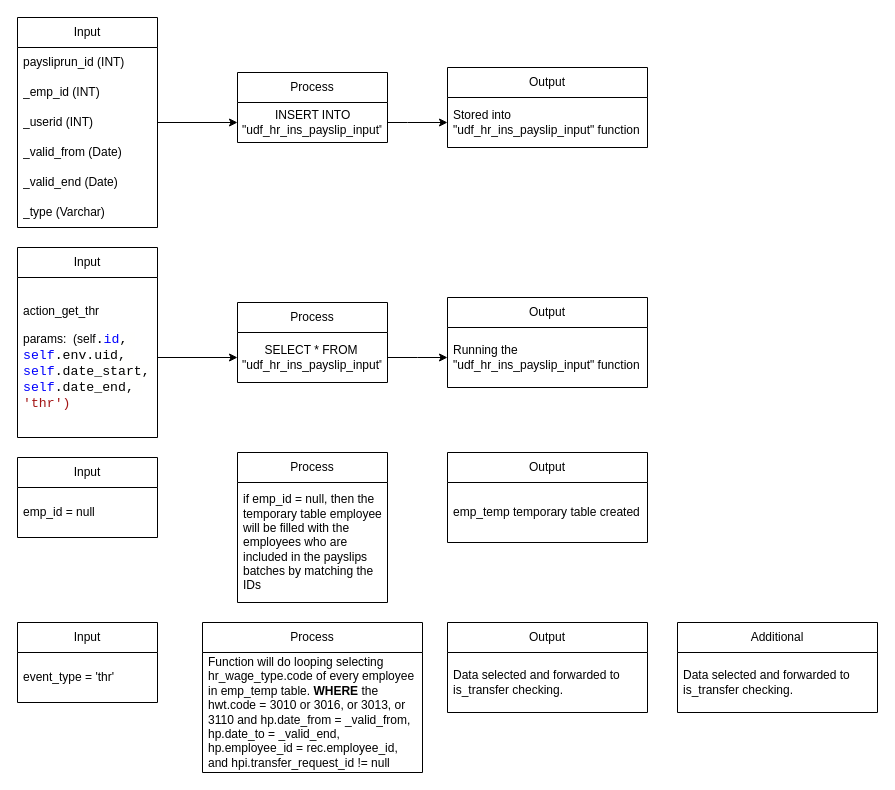
Above: IO payroll.drawio in jezreelkosasih/diagram (draw.io), before the change. Source tidied: cells renumbered, new cells numbered last; positions are measured from the earlier drawing's top-left corner, leaving out a move shared by most shapes. Both pictures are drawn from the tidied source at 100%, with x=0, y=0 at pixel (17, 17).
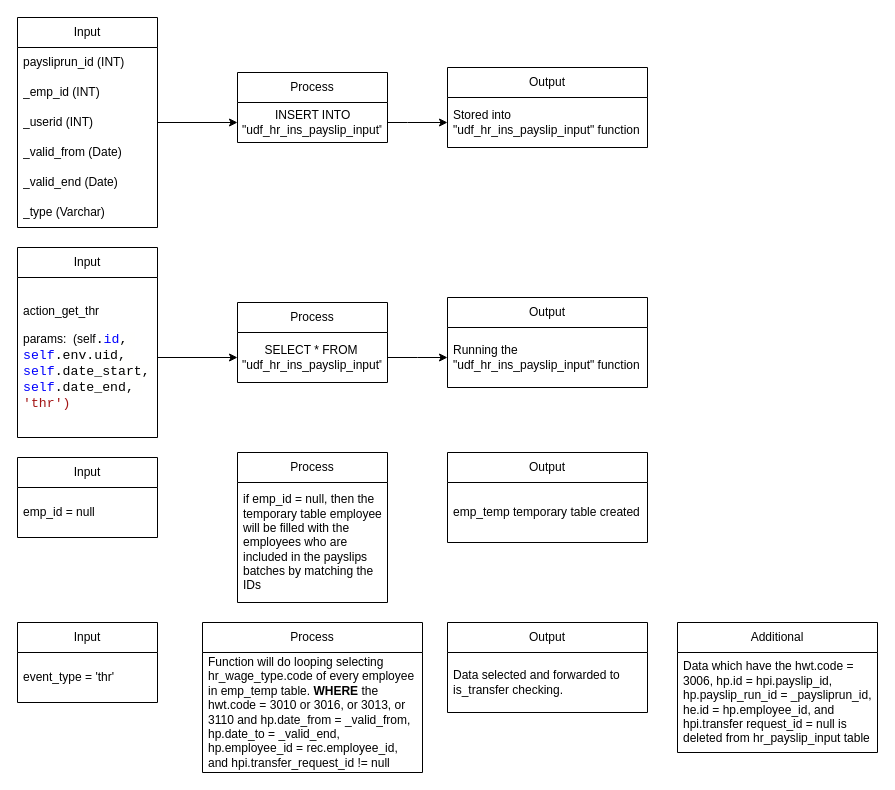
After the change.

Diff of the diagram source:
```diff
@@
     <mxCell id="35" value="Additional" style="swimlane;fontStyle=0;horizontal=1;startSize=30;whiteSpace=wrap;html=1;" parent="1" vertex="1">
-      <mxGeometry x="660" y="605" width="200" height="90" as="geometry" />
+      <mxGeometry x="660" y="605" width="200" height="130" as="geometry" />
     </mxCell>
-    <mxCell id="36" value="Data selected and forwarded to is_transfer checking." style="text;strokeColor=none;fillColor=none;align=left;verticalAlign=middle;spacingLeft=4;spacingRight=4;overflow=hidden;whiteSpace=wrap;html=1;" parent="35" vertex="1">
-      <mxGeometry y="30" width="200" height="60" as="geometry" />
+    <mxCell id="36" value="Data which have the hwt.code = 3006, hp.id = hpi.payslip_id, hp.payslip_run_id = _paysliprun_id, he.id = hp.employee_id, and hpi.transfer request_id = null is deleted from hr_payslip_input table" style="text;strokeColor=none;fillColor=none;align=left;verticalAlign=middle;spacingLeft=4;spacingRight=4;overflow=hidden;whiteSpace=wrap;html=1;" parent="35" vertex="1">
+      <mxGeometry y="30" width="200" height="100" as="geometry" />
     </mxCell>
```
